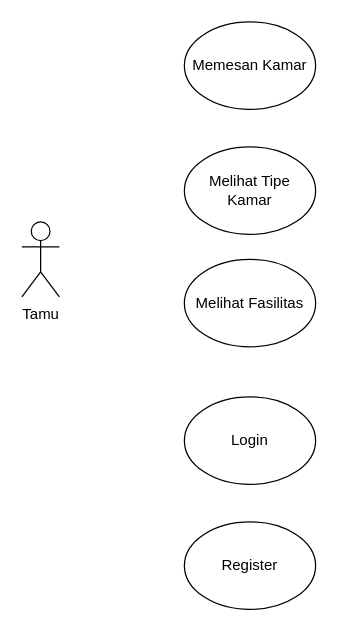
This is page "Tamu" (2 of 5) of Hotel Flowchart And Use Case.drawio from Go-UKK/Flowcart, a draw.io file, before an edit. Source tidied: cells renumbered, new cells numbered last; positions are measured from the earlier drawing's top-left corner, leaving out a move shared by most shapes. Both pictures are drawn from the tidied source at 125%, with x=0, y=0 at pixel (21, 21).
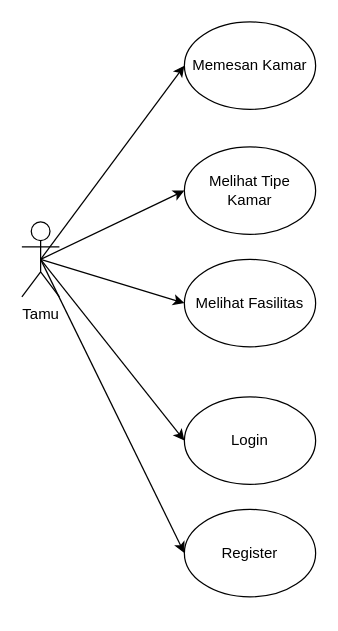
After the change.

What changed in the source:
```diff
@@
 <mxGraphModel>
   <root>
     <mxCell id="0" />
     <mxCell id="1" parent="0" />
     <mxCell id="2" value="Tamu" style="shape=umlActor;verticalLabelPosition=bottom;verticalAlign=top;html=1;outlineConnect=0;" parent="1" vertex="1">
       <mxGeometry y="160" width="30" height="60" as="geometry" />
     </mxCell>
     <mxCell id="3" value="Melihat Tipe Kamar" style="ellipse;whiteSpace=wrap;html=1;" parent="1" vertex="1">
       <mxGeometry x="130" y="100" width="105" height="70" as="geometry" />
     </mxCell>
     <mxCell id="4" value="Melihat Fasilitas" style="ellipse;whiteSpace=wrap;html=1;" parent="1" vertex="1">
       <mxGeometry x="130" y="190" width="105" height="70" as="geometry" />
     </mxCell>
     <mxCell id="5" value="Memesan Kamar" style="ellipse;whiteSpace=wrap;html=1;" parent="1" vertex="1">
       <mxGeometry x="130" width="105" height="70" as="geometry" />
     </mxCell>
     <mxCell id="6" value="Login" style="ellipse;whiteSpace=wrap;html=1;" parent="1" vertex="1">
       <mxGeometry x="130" y="300" width="105" height="70" as="geometry" />
     </mxCell>
     <mxCell id="7" value="Register" style="ellipse;whiteSpace=wrap;html=1;" parent="1" vertex="1">
-      <mxGeometry x="130" y="400" width="105" height="70" as="geometry" />
+      <mxGeometry x="130" y="390" width="105" height="70" as="geometry" />
     </mxCell>
+    <mxCell id="8" style="endArrow=classic;html=1;rounded=0;exitX=0.5;exitY=0.5;exitDx=0;exitDy=0;exitPerimeter=0;entryX=0;entryY=0.5;entryDx=0;entryDy=0;" parent="1" edge="1" source="2" target="5">
+      <mxGeometry relative="1" as="geometry" />
+    </mxCell>
+    <mxCell id="9" style="endArrow=classic;html=1;rounded=0;exitX=0.5;exitY=0.5;exitDx=0;exitDy=0;exitPerimeter=0;entryX=0;entryY=0.5;entryDx=0;entryDy=0;" parent="1" edge="1" source="2" target="3">
+      <mxGeometry relative="1" as="geometry" />
+    </mxCell>
+    <mxCell id="10" style="endArrow=classic;html=1;rounded=0;exitX=0.5;exitY=0.5;exitDx=0;exitDy=0;exitPerimeter=0;entryX=0;entryY=0.5;entryDx=0;entryDy=0;" parent="1" edge="1" source="2" target="4">
+      <mxGeometry relative="1" as="geometry" />
+    </mxCell>
+    <mxCell id="11" style="endArrow=classic;html=1;rounded=0;exitX=0.5;exitY=0.5;exitDx=0;exitDy=0;exitPerimeter=0;entryX=0;entryY=0.5;entryDx=0;entryDy=0;" parent="1" edge="1" target="6">
+      <mxGeometry relative="1" as="geometry">
+        <mxPoint x="15" y="190" as="sourcePoint" />
+      </mxGeometry>
+    </mxCell>
+    <mxCell id="12" style="endArrow=classic;html=1;rounded=0;exitX=0.5;exitY=0.5;exitDx=0;exitDy=0;exitPerimeter=0;entryX=0;entryY=0.5;entryDx=0;entryDy=0;" parent="1" edge="1" target="7">
+      <mxGeometry relative="1" as="geometry">
+        <mxPoint x="15" y="190" as="sourcePoint" />
+      </mxGeometry>
+    </mxCell>
   </root>
 </mxGraphModel>
```
